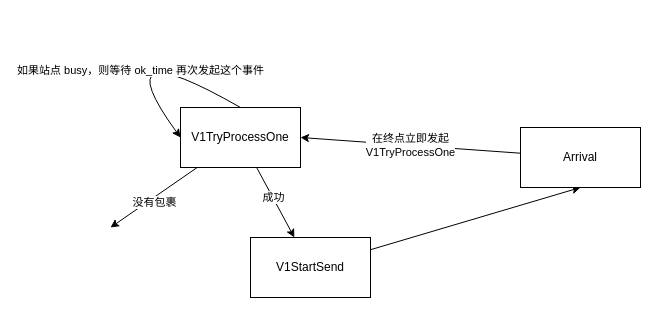
The draw.io diagram doc/img/v1.drawio in julyfun/ds-proj2, before the edit. Source tidied: cells renumbered, new cells numbered last; positions are measured from the earlier drawing's top-left corner, leaving out a move shared by most shapes. Both pictures are drawn from the tidied source at 100%, with x=0, y=0 at pixel (100, 27).
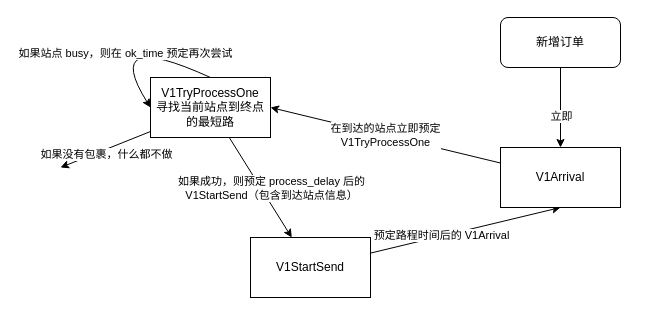
The same page after the edit.

Unchanged cells that the change refers to:
```xml
<mxCell id="2" style="edgeStyle=none;html=1;" parent="1" edge="1" source="6" target="8">
  <mxGeometry relative="1" as="geometry" />
</mxCell>
<mxCell id="7" style="edgeStyle=none;html=1;entryX=0.5;entryY=1;entryDx=0;entryDy=0;" parent="1" edge="1" source="8" target="12">
  <mxGeometry relative="1" as="geometry" />
</mxCell>
<mxCell id="9" style="curved=1;endArrow=classic;html=1;exitX=0.5;exitY=0;exitDx=0;exitDy=0;entryX=0;entryY=0.5;entryDx=0;entryDy=0;" parent="1" edge="1" source="6" target="6">
  <mxGeometry relative="1" as="geometry">
    <Array as="points">
      <mxPoint />
    </Array>
  </mxGeometry>
</mxCell>
```

The edit, as a diff of the source:
```diff
@@
-    <mxCell id="3" value="成功&lt;br&gt;" style="edgeLabel;html=1;align=center;verticalAlign=middle;" parent="2" vertex="1">
-      <mxGeometry x="-0.15" relative="1" as="geometry" />
+    <mxCell id="3" value="如果成功，则预定 process_delay 后的&lt;br&gt;V1StartSend（包含到达站点信息）" style="edgeLabel;html=1;align=center;verticalAlign=middle;" parent="2" vertex="1">
+      <mxGeometry x="-0.15" relative="1" as="geometry">
+        <mxPoint x="15" y="8" as="offset" />
+      </mxGeometry>
     </mxCell>
     <mxCell id="4" style="edgeStyle=none;html=1;" parent="1" edge="1" source="6">
       <mxGeometry relative="1" as="geometry">
-        <mxPoint x="10" y="200" as="targetPoint" />
+        <mxPoint x="-40" y="140" as="targetPoint" />
       </mxGeometry>
     </mxCell>
-    <mxCell id="5" value="没有包裹" style="edgeLabel;html=1;align=center;verticalAlign=middle;" parent="4" vertex="1">
+    <mxCell id="5" value="如果没有包裹，什么都不做" style="edgeLabel;html=1;align=center;verticalAlign=middle;" parent="4" vertex="1">
       <mxGeometry x="0.04" y="4" relative="1" as="geometry" />
     </mxCell>
-    <mxCell id="6" value="V1TryProcessOne" style="rounded=0;whiteSpace=wrap;html=1;" parent="1" vertex="1">
-      <mxGeometry x="80" y="80" width="120" height="60" as="geometry" />
+    <mxCell id="6" value="V1TryProcessOne&lt;br&gt;寻找当前站点到终点的最短路" style="rounded=0;whiteSpace=wrap;html=1;" parent="1" vertex="1">
+      <mxGeometry x="50" y="50" width="120" height="60" as="geometry" />
     </mxCell>
@@
+    <mxCell id="13" value="预定路程时间后的 V1Arrival" style="edgeLabel;html=1;align=center;verticalAlign=middle;" parent="7" vertex="1">
+      <mxGeometry x="-0.25" y="1" relative="1" as="geometry" />
+    </mxCell>
@@
-    <mxCell id="10" value="如果站点 busy，则等待 ok_time 再次发起这个事件" style="edgeLabel;html=1;align=center;verticalAlign=middle;" parent="9" vertex="1">
+    <mxCell id="10" value="如果站点 busy，则在 ok_time 预定再次尝试" style="edgeLabel;html=1;align=center;verticalAlign=middle;" parent="9" vertex="1">
       <mxGeometry x="0.52" y="-15" relative="1" as="geometry">
         <mxPoint x="14" y="-19" as="offset" />
       </mxGeometry>
     </mxCell>
-    <mxCell id="11" value="在终点立即发起&lt;br&gt;V1TryProcessOne" style="edgeStyle=none;html=1;entryX=1;entryY=0.5;entryDx=0;entryDy=0;" parent="1" edge="1" source="12" target="6">
+    <mxCell id="11" value="在到达的站点立即预定&lt;br&gt;V1TryProcessOne" style="edgeStyle=none;html=1;entryX=1;entryY=0.5;entryDx=0;entryDy=0;" parent="1" edge="1" source="12" target="6">
       <mxGeometry relative="1" as="geometry" />
     </mxCell>
-    <mxCell id="12" value="Arrival" style="rounded=0;whiteSpace=wrap;html=1;" parent="1" vertex="1">
-      <mxGeometry x="420" y="100" width="120" height="60" as="geometry" />
+    <mxCell id="12" value="V1Arrival" style="rounded=0;whiteSpace=wrap;html=1;" parent="1" vertex="1">
+      <mxGeometry x="400" y="120" width="120" height="60" as="geometry" />
     </mxCell>
+    <mxCell id="14" style="edgeStyle=none;html=1;entryX=0.5;entryY=0;entryDx=0;entryDy=0;" parent="1" edge="1" source="16" target="12">
+      <mxGeometry relative="1" as="geometry" />
+    </mxCell>
+    <mxCell id="15" value="立即" style="edgeLabel;html=1;align=center;verticalAlign=middle;" parent="14" vertex="1">
+      <mxGeometry x="0.21" relative="1" as="geometry" />
+    </mxCell>
+    <mxCell id="16" value="新增订单" style="rounded=1;whiteSpace=wrap;html=1;" parent="1" vertex="1">
+      <mxGeometry x="400" y="-10" width="120" height="50" as="geometry" />
+    </mxCell>
```
